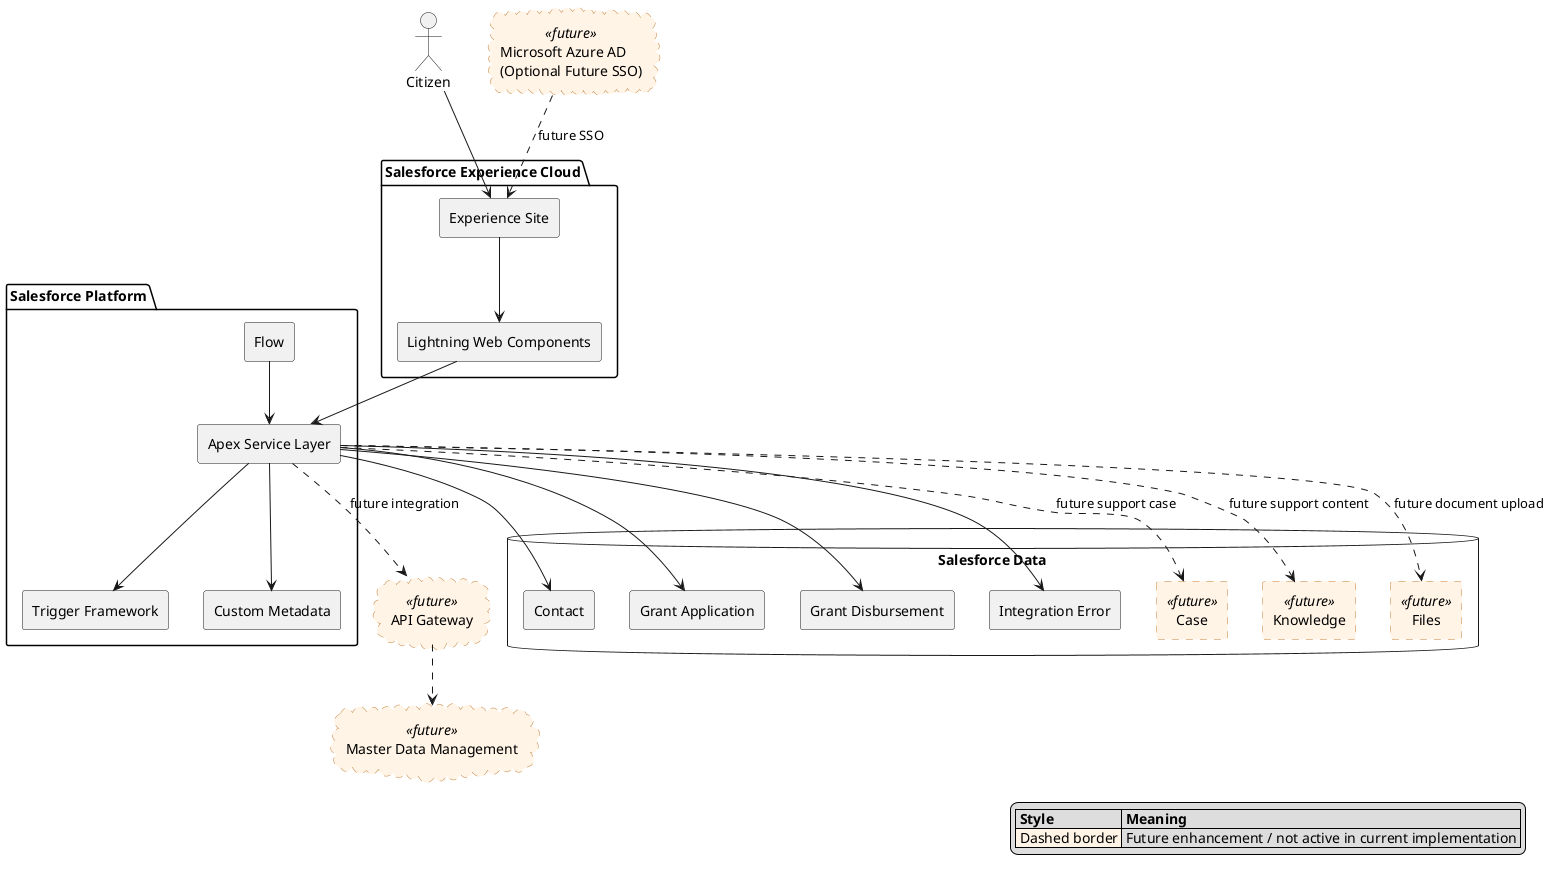
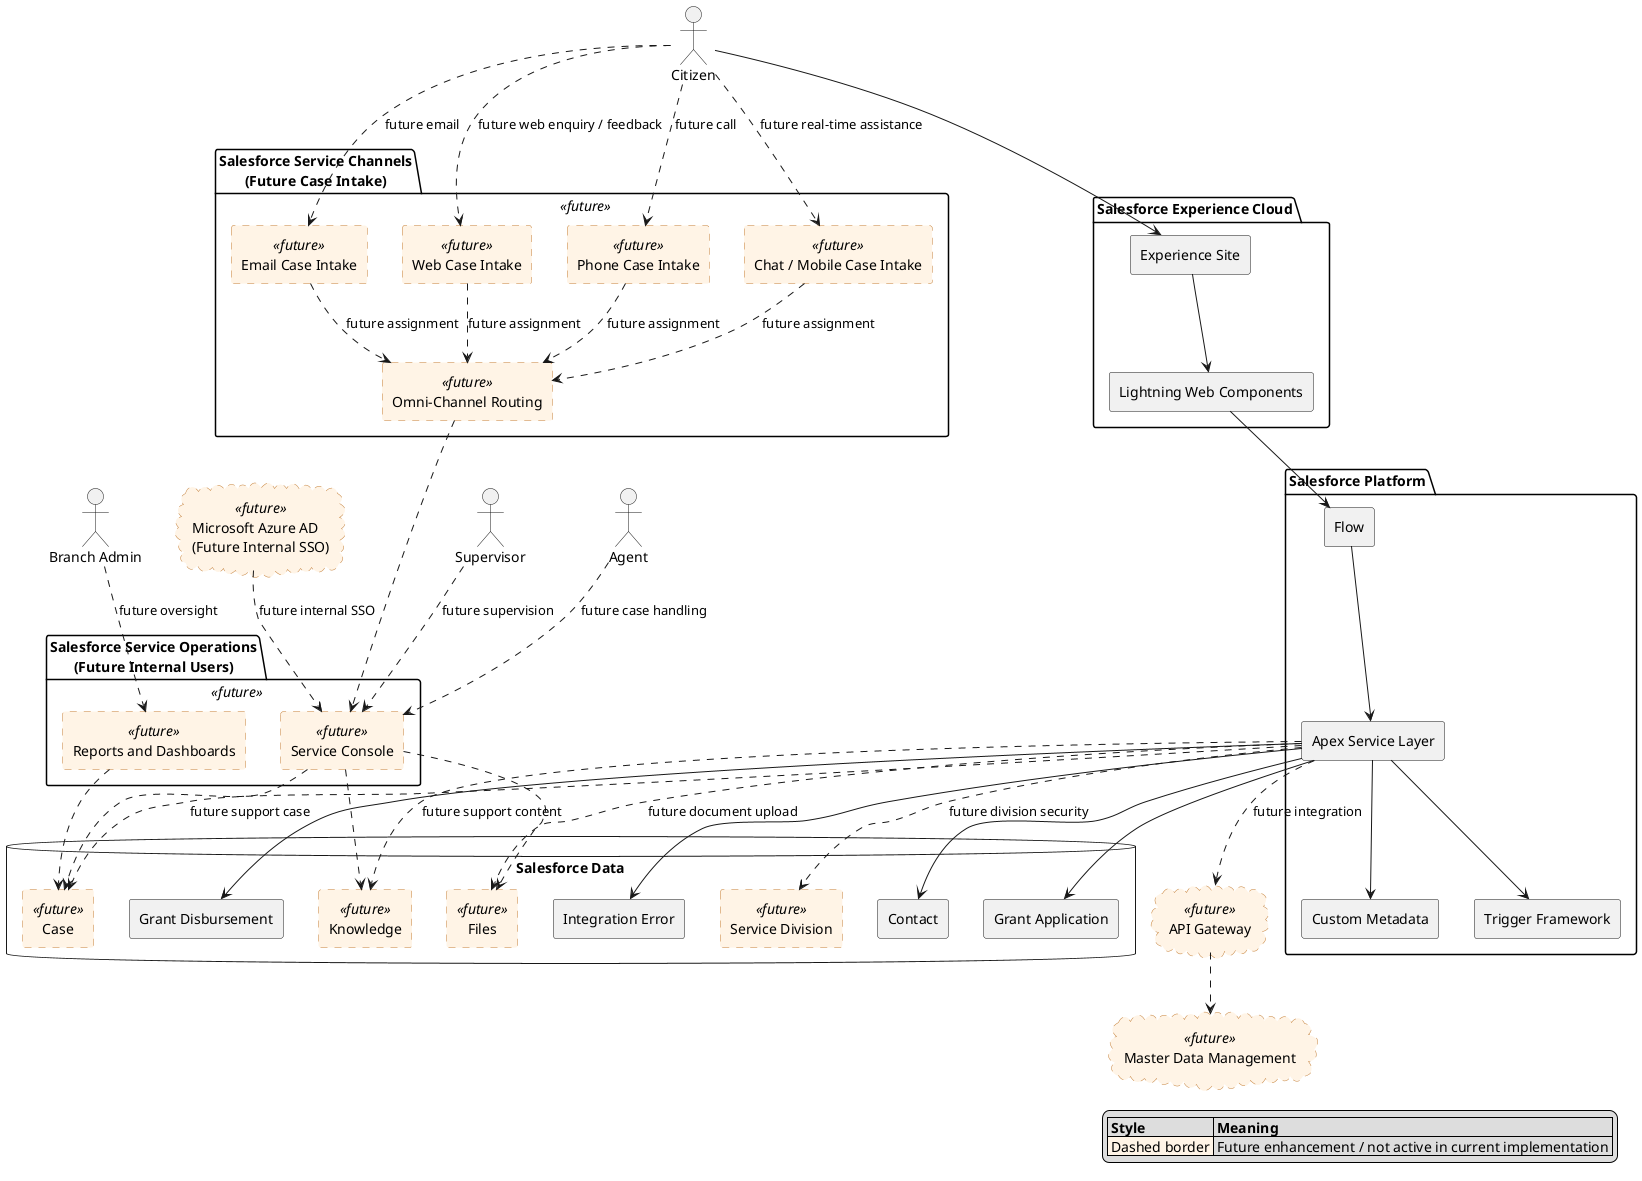
@startuml

skinparam componentStyle rectangle
skinparam component {
    BackgroundColor<<future>> #FFF4E6
    BorderColor<<future>> #C47F36
    BorderStyle<<future>> dashed
}
skinparam cloud {
    BackgroundColor<<future>> #FFF4E6
    BorderColor<<future>> #C47F36
    BorderStyle<<future>> dashed
}

actor Citizen
+ actor "Branch Admin" as BranchAdmin
+ actor Supervisor
+ actor Agent

- cloud "Microsoft Azure AD\n(Optional Future SSO)" as AAD <<future>>
+ cloud "Microsoft Azure AD\n(Future Internal SSO)" as AAD <<future>>

package "Salesforce Experience Cloud" {

    [Experience Site]

    [Lightning Web Components]
+ 
+ }
+ 
+ package "Salesforce Service Channels\n(Future Case Intake)" <<future>> {
+ 
+     component "Web Case Intake" as WebCaseFuture <<future>>
+ 
+     component "Phone Case Intake" as PhoneCaseFuture <<future>>
+ 
+     component "Chat / Mobile Case Intake" as ChatMobileCaseFuture <<future>>
+ 
+     component "Email Case Intake" as EmailCaseFuture <<future>>
+ 
+     component "Omni-Channel Routing" as OmniChannelFuture <<future>>
+ 
+ }
+ 
+ package "Salesforce Service Operations\n(Future Internal Users)" <<future>> {
+ 
+     component "Service Console" as ServiceConsoleFuture <<future>>
+ 
+     component "Reports and Dashboards" as ReportsFuture <<future>>

}

package "Salesforce Platform" {

    [Flow]

    [Apex Service Layer]

    [Trigger Framework]

    [Custom Metadata]

}

database "Salesforce Data" {

    [Contact]

    [Grant Application]

    [Grant Disbursement]

    [Integration Error]

    component "Case" as CaseFuture <<future>>

    component "Knowledge" as KnowledgeFuture <<future>>

    component "Files" as FilesFuture <<future>>

+     component "Service Division" as ServiceDivisionFuture <<future>>
+ 
}

cloud "API Gateway" as ApiGateway <<future>> {

}

cloud "Master Data Management" as MDM <<future>> {

}

Citizen --> [Experience Site]

+ Citizen ..> WebCaseFuture : future web enquiry / feedback
+ Citizen ..> PhoneCaseFuture : future call
+ Citizen ..> ChatMobileCaseFuture : future real-time assistance
+ Citizen ..> EmailCaseFuture : future email
+ 
+ BranchAdmin ..> ReportsFuture : future oversight
+ Supervisor ..> ServiceConsoleFuture : future supervision
+ Agent ..> ServiceConsoleFuture : future case handling
+ 
[Experience Site] --> [Lightning Web Components]

- [Lightning Web Components] --> [Apex Service Layer]
+ [Lightning Web Components] --> [Flow]
+ 
+ WebCaseFuture ..> OmniChannelFuture : future assignment
+ PhoneCaseFuture ..> OmniChannelFuture : future assignment
+ ChatMobileCaseFuture ..> OmniChannelFuture : future assignment
+ EmailCaseFuture ..> OmniChannelFuture : future assignment
+ OmniChannelFuture ..> ServiceConsoleFuture
+ ServiceConsoleFuture ..> CaseFuture
+ ServiceConsoleFuture ..> KnowledgeFuture
+ ServiceConsoleFuture ..> FilesFuture
+ ReportsFuture ..> CaseFuture

[Flow] --> [Apex Service Layer]

[Apex Service Layer] --> [Trigger Framework]

[Apex Service Layer] --> [Custom Metadata]

[Apex Service Layer] --> [Contact]

[Apex Service Layer] --> [Grant Application]

[Apex Service Layer] --> [Grant Disbursement]

[Apex Service Layer] --> [Integration Error]

[Apex Service Layer] ..> CaseFuture : future support case

[Apex Service Layer] ..> KnowledgeFuture : future support content

[Apex Service Layer] ..> FilesFuture : future document upload

+ [Apex Service Layer] ..> ServiceDivisionFuture : future division security
+ 
[Apex Service Layer] ..> ApiGateway : future integration

ApiGateway ..> MDM

- AAD ..> [Experience Site] : future SSO
+ AAD ..> ServiceConsoleFuture : future internal SSO

legend right
  |= Style |= Meaning |
  |<#FFF4E6> Dashed border | Future enhancement / not active in current implementation |
endlegend

@enduml
